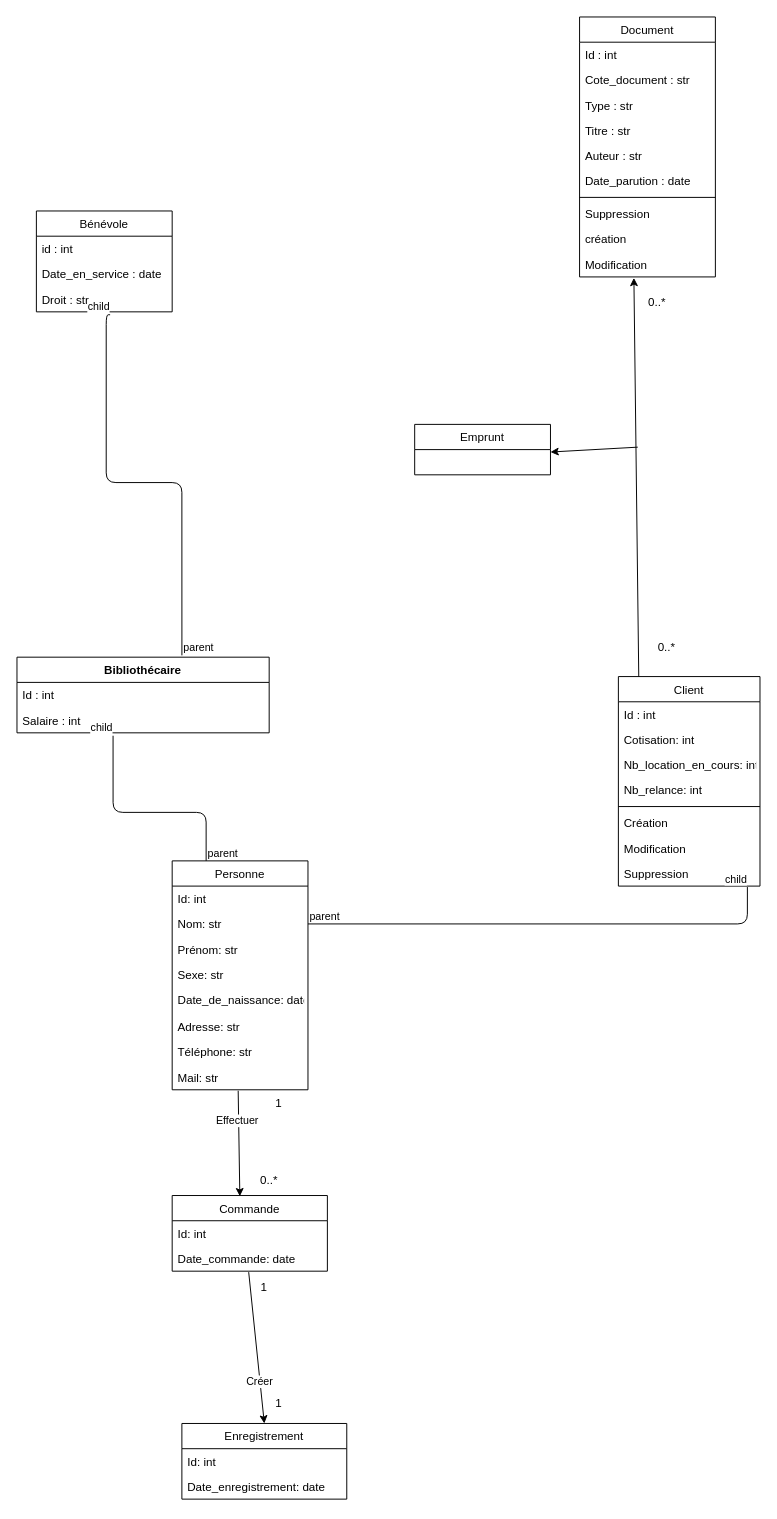
Before: Développer des composants d'interface/Maquetter une application/UML partie 1/Phase5_diagramme_de_classe.drawio in Kevin-dev-afpa/CDA, a draw.io diagram. Source tidied: cells renumbered, new cells numbered last; positions are measured from the earlier drawing's top-left corner, leaving out a move shared by most shapes. Both pictures are drawn from the tidied source at 97%, with x=0, y=0 at pixel (16, 16).
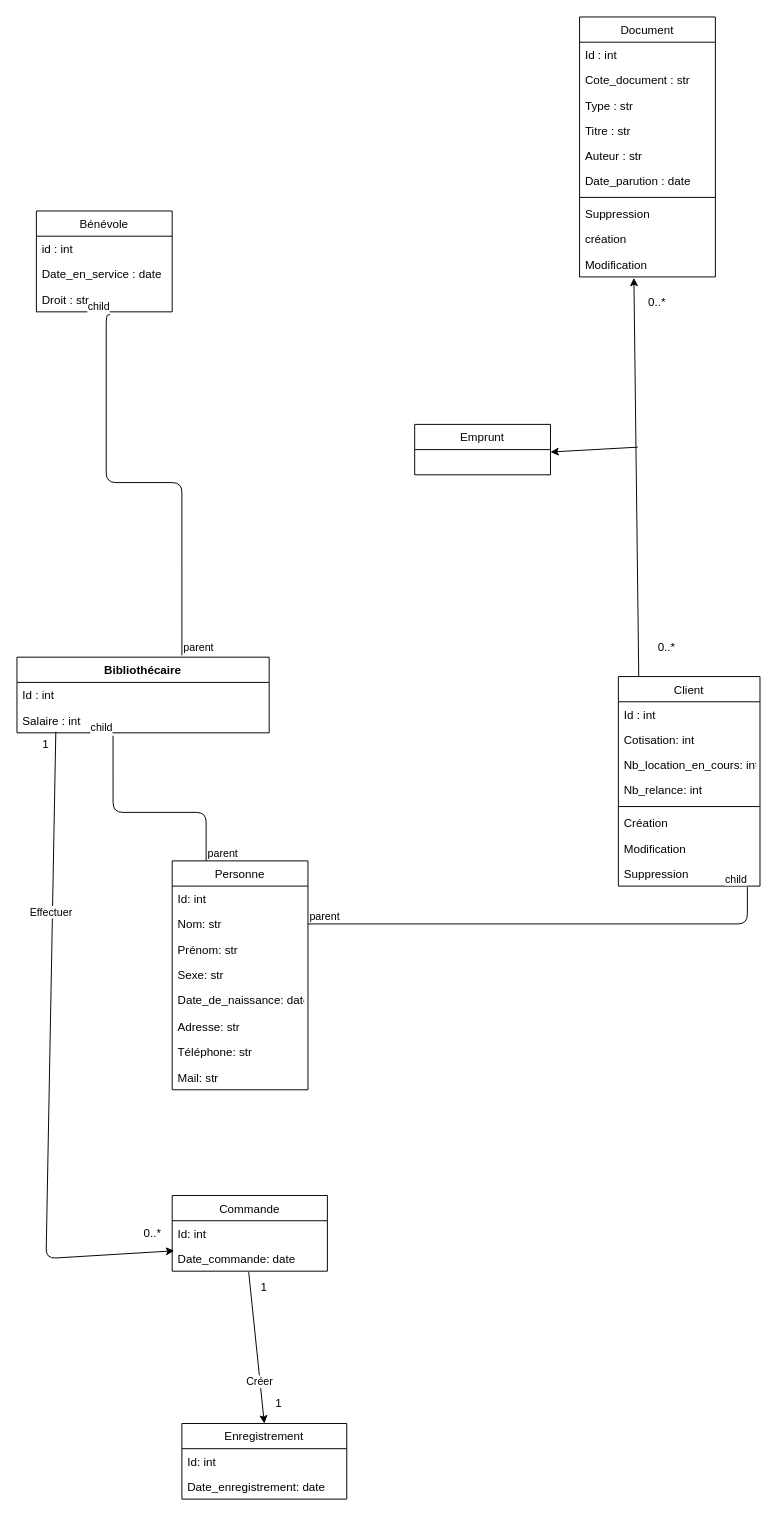
The same diagram, later.

The change refers to these unchanged cells:
```xml
<mxCell id="10" value="Mail: str" style="text;strokeColor=none;fillColor=none;align=left;verticalAlign=top;spacingLeft=4;spacingRight=4;overflow=hidden;points=[[0,0.5],[1,0.5]];portConstraint=eastwest;" parent="2" vertex="1">
  <mxGeometry y="210" width="140" height="26" as="geometry" />
</mxCell>
<mxCell id="26" value="Salaire : int" style="text;strokeColor=none;fillColor=none;align=left;verticalAlign=top;spacingLeft=4;spacingRight=4;overflow=hidden;points=[[0,0.5],[1,0.5]];portConstraint=eastwest;" parent="24" vertex="1">
  <mxGeometry y="52" width="260" height="26" as="geometry" />
</mxCell>
<mxCell id="27" value="Commande" style="swimlane;fontStyle=0;horizontal=1;startSize=26;fillColor=none;" parent="1" vertex="1">
  <mxGeometry x="160" y="1215" width="160" height="78" as="geometry" />
</mxCell>
<mxCell id="29" value="Date_commande: date" style="text;strokeColor=none;fillColor=none;align=left;verticalAlign=top;spacingLeft=4;spacingRight=4;overflow=hidden;points=[[0,0.5],[1,0.5]];portConstraint=eastwest;" parent="27" vertex="1">
  <mxGeometry y="52" width="160" height="26" as="geometry" />
</mxCell>
```

Change to the diagram source:
```diff
@@
-    <mxCell id="47" style="endArrow=classic;html=1;strokeColor=#000000;entryX=0.436;entryY=0.01;entryDx=0;entryDy=0;entryPerimeter=0;exitX=0.486;exitY=1.038;exitDx=0;exitDy=0;exitPerimeter=0;" parent="1" edge="1" source="10" target="27">
-      <mxGeometry relative="1" as="geometry" />
+    <mxCell id="47" style="endArrow=classic;html=1;strokeColor=#000000;entryX=0.013;entryY=0.192;entryDx=0;entryDy=0;entryPerimeter=0;exitX=0.154;exitY=0.962;exitDx=0;exitDy=0;exitPerimeter=0;" parent="1" edge="1" source="26" target="29">
+      <mxGeometry relative="1" as="geometry">
+        <Array as="points">
+          <mxPoint x="30" y="1280" />
+        </Array>
+      </mxGeometry>
     </mxCell>
@@
     <mxCell id="49" value="0..*" style="text;html=1;strokeColor=none;fillColor=none;align=center;verticalAlign=middle;whiteSpace=wrap;rounded=0;" parent="1" vertex="1">
-      <mxGeometry x="240" y="1190" width="40" height="20" as="geometry" />
+      <mxGeometry x="120" y="1244" width="40" height="20" as="geometry" />
     </mxCell>
     <mxCell id="50" value="1" style="text;html=1;strokeColor=none;fillColor=none;align=center;verticalAlign=middle;whiteSpace=wrap;rounded=0;" parent="1" vertex="1">
-      <mxGeometry x="250" y="1110" width="40" height="20" as="geometry" />
+      <mxGeometry x="10" y="740" width="40" height="20" as="geometry" />
     </mxCell>
```
